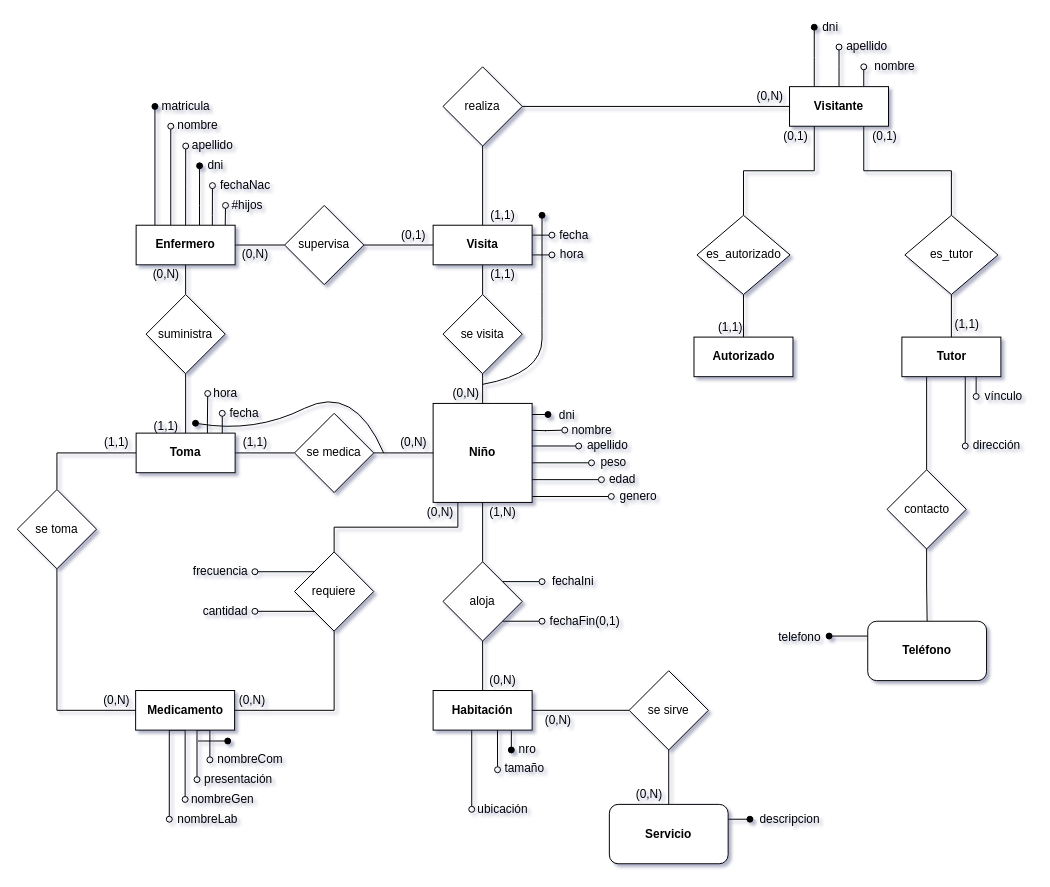
Earlier version of the draw.io diagram BD/01-modelos/07-hospital/ej7-logico.drawio (sergiocld99/unlp-tramo-final). Source tidied: cells renumbered, new cells numbered last; positions are measured from the earlier drawing's top-left corner, leaving out a move shared by most shapes. Both pictures are drawn from the tidied source at 99%, with x=0, y=0 at pixel (17, 17).
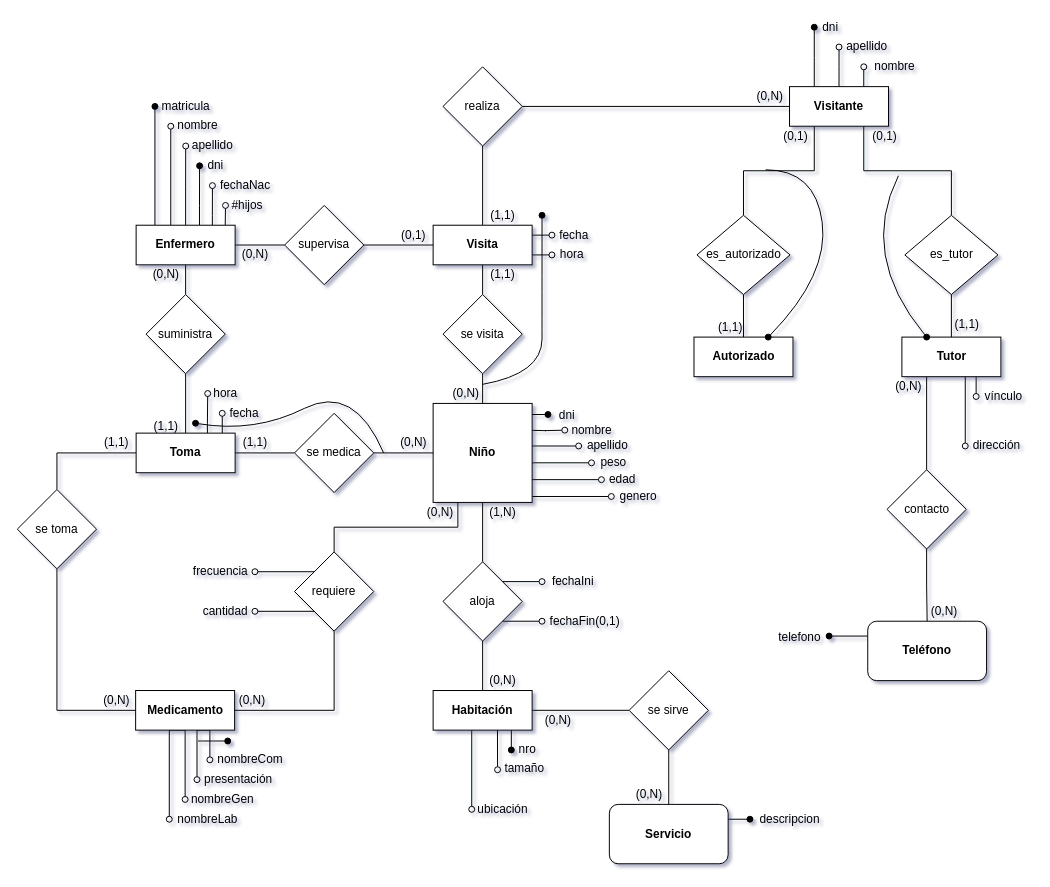
The same diagram, later.

The change refers to these unchanged cells:
```xml
<mxCell id="35" value="Tutor" style="rounded=0;whiteSpace=wrap;html=1;fontStyle=1;" parent="1" vertex="1">
  <mxGeometry x="893.5" y="323" width="100" height="40" as="geometry" />
</mxCell>
<mxCell id="36" value="Autorizado" style="rounded=0;whiteSpace=wrap;html=1;fontStyle=1;" parent="1" vertex="1">
  <mxGeometry x="683.5" y="323" width="100" height="40" as="geometry" />
</mxCell>
```

Change to the diagram source:
```diff
@@
+    <mxCell id="142" style="curved=1;endArrow=oval;html=1;rounded=0;entryX=0.25;entryY=0;entryDx=0;entryDy=0;endFill=1;" parent="1" edge="1" target="35">
+      <mxGeometry relative="1" as="geometry">
+        <mxPoint x="890" y="160" as="sourcePoint" />
+        <Array as="points">
+          <mxPoint x="850" y="240" />
+        </Array>
+      </mxGeometry>
+    </mxCell>
+    <mxCell id="143" style="curved=1;endArrow=oval;html=1;rounded=0;entryX=0.75;entryY=0;entryDx=0;entryDy=0;endFill=1;" parent="1" edge="1" target="36">
+      <mxGeometry relative="1" as="geometry">
+        <mxPoint x="756" y="154" as="sourcePoint" />
+        <Array as="points">
+          <mxPoint x="806" y="154" />
+          <mxPoint x="820" y="260" />
+        </Array>
+      </mxGeometry>
+    </mxCell>
+    <mxCell id="144" value="(0,N)" style="text;html=1;align=center;verticalAlign=middle;strokeColor=none;fillColor=none;" parent="1" vertex="1">
+      <mxGeometry x="916" y="590" width="40" height="20" as="geometry" />
+    </mxCell>
+    <mxCell id="145" value="(0,N)" style="text;html=1;align=center;verticalAlign=middle;strokeColor=none;fillColor=none;" parent="1" vertex="1">
+      <mxGeometry x="880" y="363" width="40" height="20" as="geometry" />
+    </mxCell>
```
